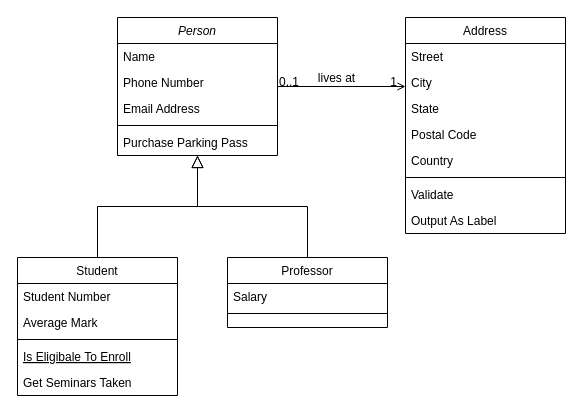
Earlier version of the draw.io diagram Untitled Diagram.drawio (AkinwandeVue/DemoApp). Source tidied: cells renumbered, new cells numbered last; positions are measured from the earlier drawing's top-left corner, leaving out a move shared by most shapes. Both pictures are drawn from the tidied source at 100%, with x=0, y=0 at pixel (17, 17).
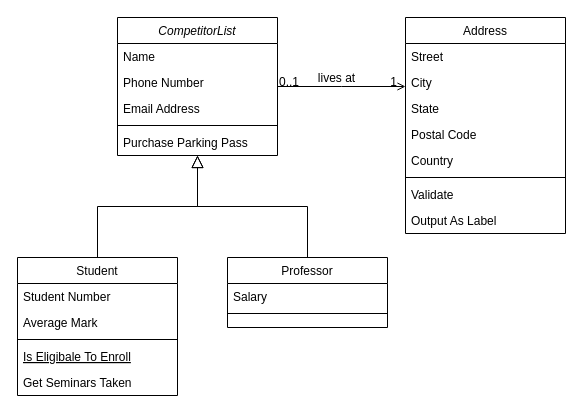
Above is the later version.

Commit message:
class diagram

Diff of the diagram source:
```diff
@@
-    <mxCell id="2" value="Person" style="swimlane;fontStyle=2;align=center;verticalAlign=top;horizontal=1;startSize=26;rounded=0;shadow=0;strokeWidth=1;" parent="1" vertex="1">
+    <mxCell id="2" value="CompetitorList" style="swimlane;fontStyle=2;align=center;verticalAlign=top;horizontal=1;startSize=26;rounded=0;shadow=0;strokeWidth=1;" parent="1" vertex="1">
       <mxGeometry x="100" width="160" height="138" as="geometry" />
     </mxCell>
```
